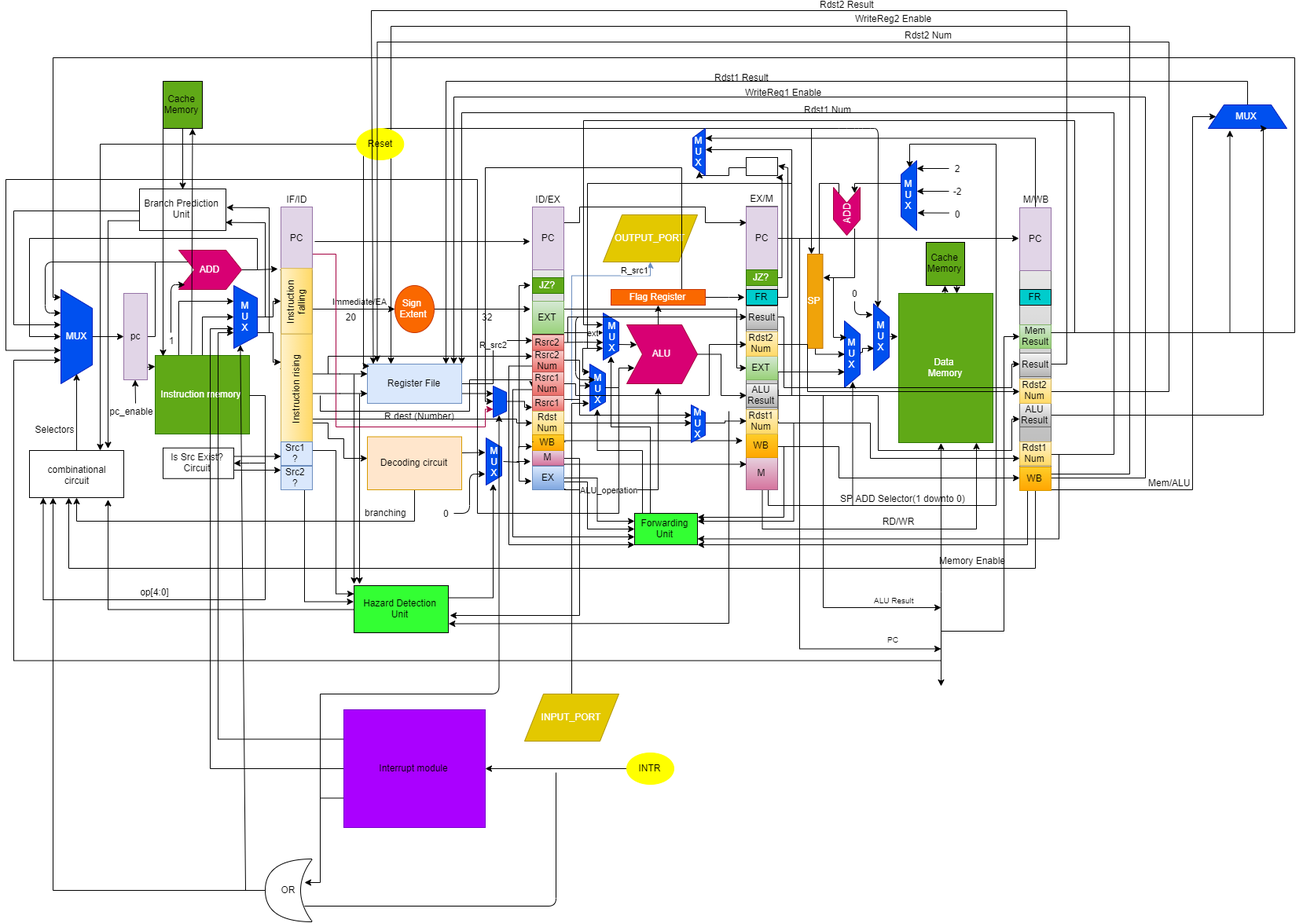
Amr-Aboshama/Pipelined-Processor-Architecture keeps this draw.io diagram as Design.png. Above is the earlier version. Source tidied: cells renumbered, new cells last; positions are measured from the earlier drawing's top-left corner, leaving out a move shared by most shapes.
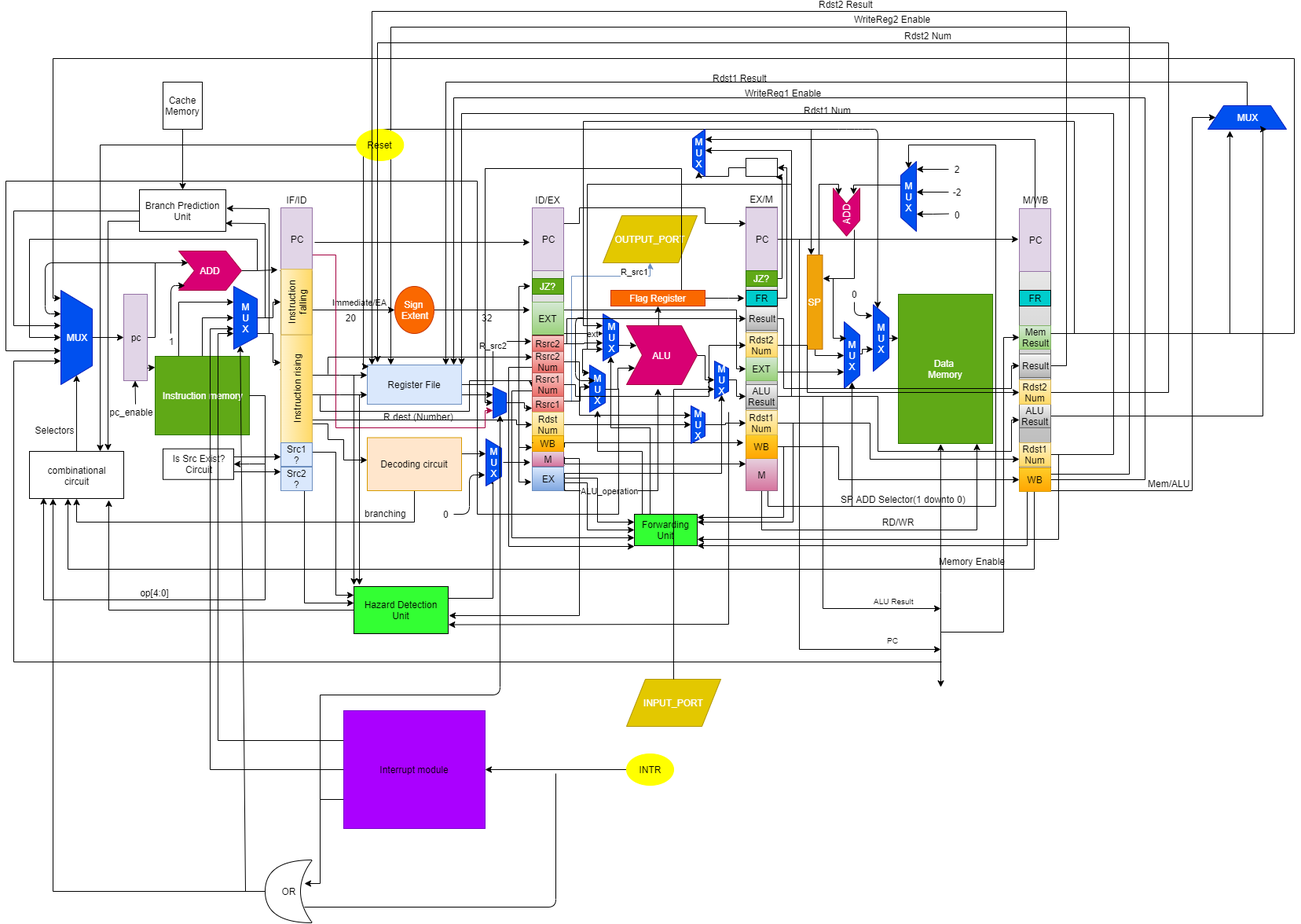
The same diagram one commit later.

Diff of the diagram source:
```diff
@@ -364,6 +364,9 @@
         </Array>
       </mxGeometry>
     </mxCell>
+    <mxCell id="265" style="edgeStyle=orthogonalEdgeStyle;rounded=0;jettySize=auto;html=1;exitX=1;exitY=0.25;exitDx=0;exitDy=0;entryX=1;entryY=0.5;entryDx=0;entryDy=0;" parent="1" edge="1" source="64" target="268">
+      <mxGeometry relative="1" as="geometry" />
+    </mxCell>
     <mxCell id="64" value="EX" style="text;html=1;align=center;verticalAlign=middle;whiteSpace=wrap;rounded=0;gradientColor=#7ea6e0;fillColor=#dae8fc;strokeColor=#6c8ebf;" parent="1" vertex="1">
       <mxGeometry x="670" y="580" width="40" height="30" as="geometry" />
     </mxCell>
@@ -441,9 +444,14 @@
     <mxCell id="75" style="edgeStyle=orthogonalEdgeStyle;rounded=0;jettySize=auto;html=1;exitX=0.452;exitY=0.004;exitDx=0;exitDy=0;exitPerimeter=0;" parent="1" edge="1" source="77" target="98">
       <mxGeometry relative="1" as="geometry" />
     </mxCell>
-    <mxCell id="76" style="edgeStyle=orthogonalEdgeStyle;rounded=0;jettySize=auto;html=1;exitX=1;exitY=0.5;exitDx=0;exitDy=0;entryX=0;entryY=0.5;entryDx=0;entryDy=0;endSize=6;strokeWidth=1;" parent="1" edge="1" source="77" target="139">
-      <mxGeometry relative="1" as="geometry" />
-    </mxCell>
+    <mxCell id="266" style="edgeStyle=orthogonalEdgeStyle;rounded=0;jettySize=auto;html=1;exitX=1;exitY=0.5;exitDx=0;exitDy=0;entryX=0.5;entryY=1;entryDx=0;entryDy=0;" parent="1" edge="1" source="77" target="268">
+      <mxGeometry relative="1" as="geometry">
+        <Array as="points">
+          <mxPoint x="890" y="438" />
+          <mxPoint x="890" y="469" />
+        </Array>
+      </mxGeometry>
+    </mxCell>
     <mxCell id="77" value="ALU" style="shape=step;perimeter=stepPerimeter;whiteSpace=wrap;html=1;fixedSize=1;fillColor=#d80073;strokeColor=#A50040;fontColor=#ffffff;" parent="1" vertex="1">
       <mxGeometry x="790" y="400" width="90" height="75" as="geometry" />
     </mxCell>
@@ -598,9 +606,6 @@
         </Array>
       </mxGeometry>
     </mxCell>
-    <mxCell id="104" style="edgeStyle=orthogonalEdgeStyle;rounded=0;jettySize=auto;html=1;exitX=0.5;exitY=0;exitDx=0;exitDy=0;entryX=0.5;entryY=1;entryDx=0;entryDy=0;" parent="1" edge="1" source="105" target="263">
-      <mxGeometry relative="1" as="geometry" />
-    </mxCell>
     <mxCell id="105" value="&lt;div&gt;Data &lt;br&gt;&lt;/div&gt;&lt;div&gt;Memory&lt;br&gt;&lt;/div&gt;" style="rounded=0;whiteSpace=wrap;html=1;fillColor=#60a917;strokeColor=#2D7600;fontColor=#ffffff;" parent="1" vertex="1">
       <mxGeometry x="1136" y="360" width="120" height="190" as="geometry" />
     </mxCell>
@@ -943,17 +948,8 @@
     <mxCell id="167" value="&lt;font color=&quot;#ffffff&quot;&gt;M&lt;br&gt;U&lt;br&gt;X&lt;/font&gt;" style="text;html=1;strokeColor=none;fillColor=none;align=center;verticalAlign=middle;whiteSpace=wrap;rounded=0;" parent="1" vertex="1">
       <mxGeometry x="733" y="453" width="40" height="55" as="geometry" />
     </mxCell>
-    <mxCell id="168" style="edgeStyle=orthogonalEdgeStyle;rounded=0;jettySize=auto;html=1;exitX=0.5;exitY=0;exitDx=0;exitDy=0;" parent="1" edge="1" source="169">
-      <mxGeometry relative="1" as="geometry">
-        <mxPoint x="743" y="500" as="targetPoint" />
-        <Array as="points">
-          <mxPoint x="720" y="500" />
-          <mxPoint x="743" y="500" />
-        </Array>
-      </mxGeometry>
-    </mxCell>
     <mxCell id="169" value="INPUT_PORT" style="shape=parallelogram;perimeter=parallelogramPerimeter;whiteSpace=wrap;html=1;fillColor=#e3c800;strokeColor=#B09500;fontColor=#ffffff;" parent="1" vertex="1">
-      <mxGeometry x="660" y="870" width="120" height="60" as="geometry" />
+      <mxGeometry x="790" y="850" width="120" height="60" as="geometry" />
     </mxCell>
     <mxCell id="170" style="edgeStyle=orthogonalEdgeStyle;rounded=0;jettySize=auto;html=1;entryX=0;entryY=0.75;entryDx=0;entryDy=0;" parent="1" edge="1" source="173" target="108">
       <mxGeometry relative="1" as="geometry">
@@ -1348,14 +1344,7 @@
     <mxCell id="241" style="edgeStyle=orthogonalEdgeStyle;rounded=0;jettySize=auto;html=1;entryX=0.5;entryY=0;entryDx=0;entryDy=0;" parent="1" edge="1" source="243" target="232">
       <mxGeometry relative="1" as="geometry" />
     </mxCell>
-    <mxCell id="242" style="edgeStyle=orthogonalEdgeStyle;rounded=0;jettySize=auto;html=1;exitX=0.25;exitY=1;exitDx=0;exitDy=0;entryX=0.081;entryY=-0.002;entryDx=0;entryDy=0;entryPerimeter=0;" parent="1" edge="1" source="243" target="35">
-      <mxGeometry relative="1" as="geometry">
-        <Array as="points">
-          <mxPoint x="200" y="150" />
-        </Array>
-      </mxGeometry>
-    </mxCell>
-    <mxCell id="243" value="Cache Memory" style="rounded=0;whiteSpace=wrap;html=1;fillColor=#60A917;" parent="1" vertex="1">
+    <mxCell id="243" value="Cache Memory" style="rounded=0;whiteSpace=wrap;html=1;" parent="1" vertex="1">
       <mxGeometry x="200" y="90" width="50" height="60" as="geometry" />
     </mxCell>
     <mxCell id="244" style="edgeStyle=orthogonalEdgeStyle;rounded=0;jettySize=auto;html=1;exitX=0.5;exitY=1;exitDx=0;exitDy=0;entryX=0.5;entryY=1;entryDx=0;entryDy=0;" parent="1" edge="1" source="89">
@@ -1453,14 +1442,19 @@
         <mxPoint x="2" y="-11" as="offset" />
       </mxGeometry>
     </mxCell>
-    <mxCell id="262" style="edgeStyle=orthogonalEdgeStyle;rounded=0;jettySize=auto;html=1;exitX=0.75;exitY=1;exitDx=0;exitDy=0;entryX=0.612;entryY=-0.004;entryDx=0;entryDy=0;entryPerimeter=0;" parent="1" edge="1" source="263" target="105">
-      <mxGeometry relative="1" as="geometry" />
-    </mxCell>
-    <mxCell id="263" value="Cache Memory" style="rounded=0;whiteSpace=wrap;html=1;fillColor=#60A917;" parent="1" vertex="1">
-      <mxGeometry x="1171" y="295" width="49" height="55" as="geometry" />
-    </mxCell>
-    <mxCell id="264" style="endArrow=classic;html=1;entryX=0.75;entryY=1;entryDx=0;entryDy=0;exitX=0.386;exitY=-0.018;exitDx=0;exitDy=0;exitPerimeter=0;" parent="1" edge="1" source="35" target="243">
-      <mxGeometry relative="1" as="geometry" />
-    </mxCell>
+    <mxCell id="267" style="edgeStyle=orthogonalEdgeStyle;rounded=0;jettySize=auto;html=1;exitX=0.5;exitY=0;exitDx=0;exitDy=0;entryX=0;entryY=0.5;entryDx=0;entryDy=0;" parent="1" edge="1" source="268" target="139">
+      <mxGeometry relative="1" as="geometry">
+        <Array as="points">
+          <mxPoint x="930" y="469" />
+          <mxPoint x="930" y="490" />
+        </Array>
+      </mxGeometry>
+    </mxCell>
+    <mxCell id="268" value="M&lt;br&gt;U&lt;br&gt;X" style="shape=trapezoid;perimeter=trapezoidPerimeter;whiteSpace=wrap;html=1;direction=south;fillColor=#0050ef;strokeColor=#001DBC;fontColor=#ffffff;" parent="1" vertex="1">
+      <mxGeometry x="902" y="445" width="18" height="48" as="geometry" />
+    </mxCell>
+    <mxCell id="269" style="edgeStyle=orthogonalEdgeStyle;rounded=0;jettySize=auto;html=1;exitX=0.5;exitY=0;exitDx=0;exitDy=0;entryX=0.75;entryY=1;entryDx=0;entryDy=0;" parent="1" edge="1" source="169" target="268">
+      <mxGeometry relative="1" as="geometry" />
+    </mxCell>
   </root>
 </mxGraphModel>
```
